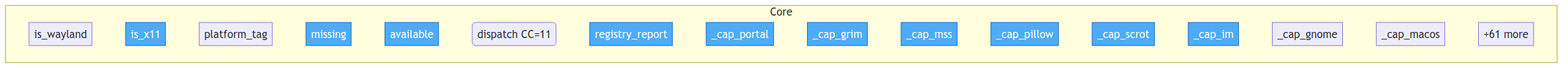
Above: project/flow.png in if-uri/urirun-connector-kvm (Mermaid), before the change. Its source is kept beside it as project/flow.mmd.
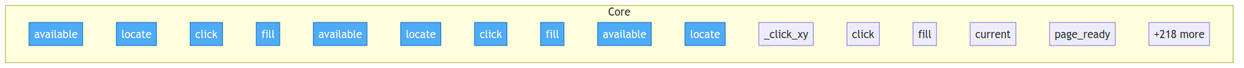
After the change.

The edit, as a diff of the source:
```diff
@@ -3,22 +3,22 @@
     classDef entry fill:#4dabf7,stroke:#1971c2,color:#fff
 
     subgraph Core
-        urirun_connector_kvm__backends__is_wayland["is_wayland"]
-        urirun_connector_kvm__backends__is_x11["is_x11"]
-        urirun_connector_kvm__backends__platform_tag["platform_tag"]
-        urirun_connector_kvm__backends__Backend__missing["missing"]
-        urirun_connector_kvm__backends__Backend__available["available"]
-        urirun_connector_kvm__backends__dispatch("dispatch CC=11")
-        urirun_connector_kvm__backends__registry_report["registry_report"]
-        urirun_connector_kvm__backends___cap_portal["_cap_portal"]
-        urirun_connector_kvm__backends___cap_grim["_cap_grim"]
-        urirun_connector_kvm__backends___cap_mss["_cap_mss"]
-        urirun_connector_kvm__backends___cap_pillow["_cap_pillow"]
-        urirun_connector_kvm__backends___cap_scrot["_cap_scrot"]
-        urirun_connector_kvm__backends___cap_im["_cap_im"]
-        urirun_connector_kvm__backends___cap_gnome["_cap_gnome"]
-        urirun_connector_kvm__backends___cap_macos["_cap_macos"]
-        ...["+61 more"]
+        urirun_connector_kvm__strategies__CdpStrategy__available["available"]
+        urirun_connector_kvm__strategies__CdpStrategy__locate["locate"]
+        urirun_connector_kvm__strategies__CdpStrategy__click["click"]
+        urirun_connector_kvm__strategies__CdpStrategy__fill["fill"]
+        urirun_connector_kvm__strategies__AtspiStrategy__available["available"]
+        urirun_connector_kvm__strategies__AtspiStrategy__locate["locate"]
+        urirun_connector_kvm__strategies__AtspiStrategy__click["click"]
+        urirun_connector_kvm__strategies__AtspiStrategy__fill["fill"]
+        urirun_connector_kvm__strategies__VisionStrategy__available["available"]
+        urirun_connector_kvm__strategies__VisionStrategy__locate["locate"]
+        urirun_connector_kvm__strategies__VisionStrategy___click_xy["_click_xy"]
+        urirun_connector_kvm__strategies__VisionStrategy__click["click"]
+        urirun_connector_kvm__strategies__VisionStrategy__fill["fill"]
+        urirun_connector_kvm__surface__current["current"]
+        urirun_connector_kvm__cdp__page_ready["page_ready"]
+        ...["+218 more"]
     end
 
-    class urirun_connector_kvm__backends__is_x11,urirun_connector_kvm__backends__Backend__missing,urirun_connector_kvm__backends__Backend__available,urirun_connector_kvm__backends__registry_report,urirun_connector_kvm__backends___cap_portal,urirun_connector_kvm__backends___cap_grim,urirun_connector_kvm__backends___cap_mss,urirun_connector_kvm__backends___cap_pillow,urirun_connector_kvm__backends___cap_scrot,urirun_connector_kvm__backends___cap_im entry
+    class urirun_connector_kvm__strategies__CdpStrategy__available,urirun_connector_kvm__strategies__CdpStrategy__locate,urirun_connector_kvm__strategies__CdpStrategy__click,urirun_connector_kvm__strategies__CdpStrategy__fill,urirun_connector_kvm__strategies__AtspiStrategy__available,urirun_connector_kvm__strategies__AtspiStrategy__locate,urirun_connector_kvm__strategies__AtspiStrategy__click,urirun_connector_kvm__strategies__AtspiStrategy__fill,urirun_connector_kvm__strategies__VisionStrategy__available,urirun_connector_kvm__strategies__VisionStrategy__locate entry
```
